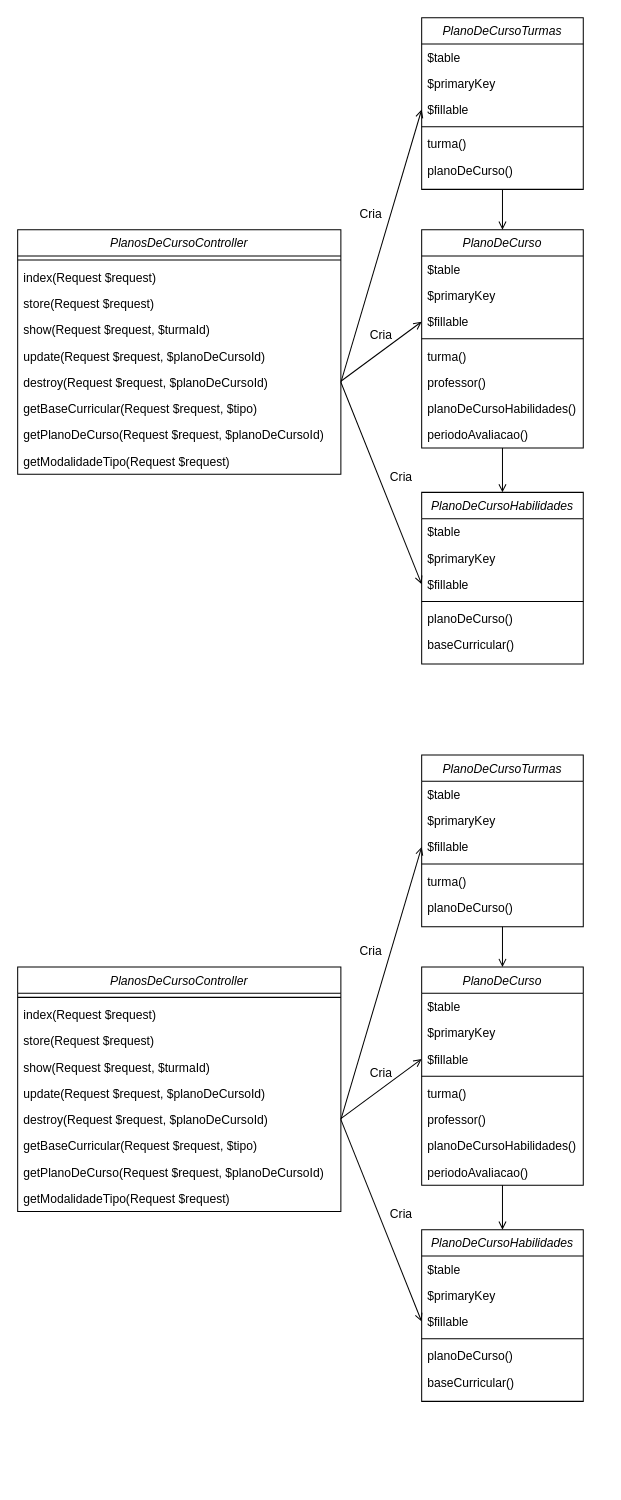
Earlier version of the draw.io diagram diagrama de classes.drawio (DjalmaANeto/modelagem-planos-de-curso-aula). Source tidied: cells renumbered, new cells numbered last; positions are measured from the earlier drawing's top-left corner, leaving out a move shared by most shapes. Both pictures are drawn from the tidied source at 101%, with x=0, y=0 at pixel (17, 17).
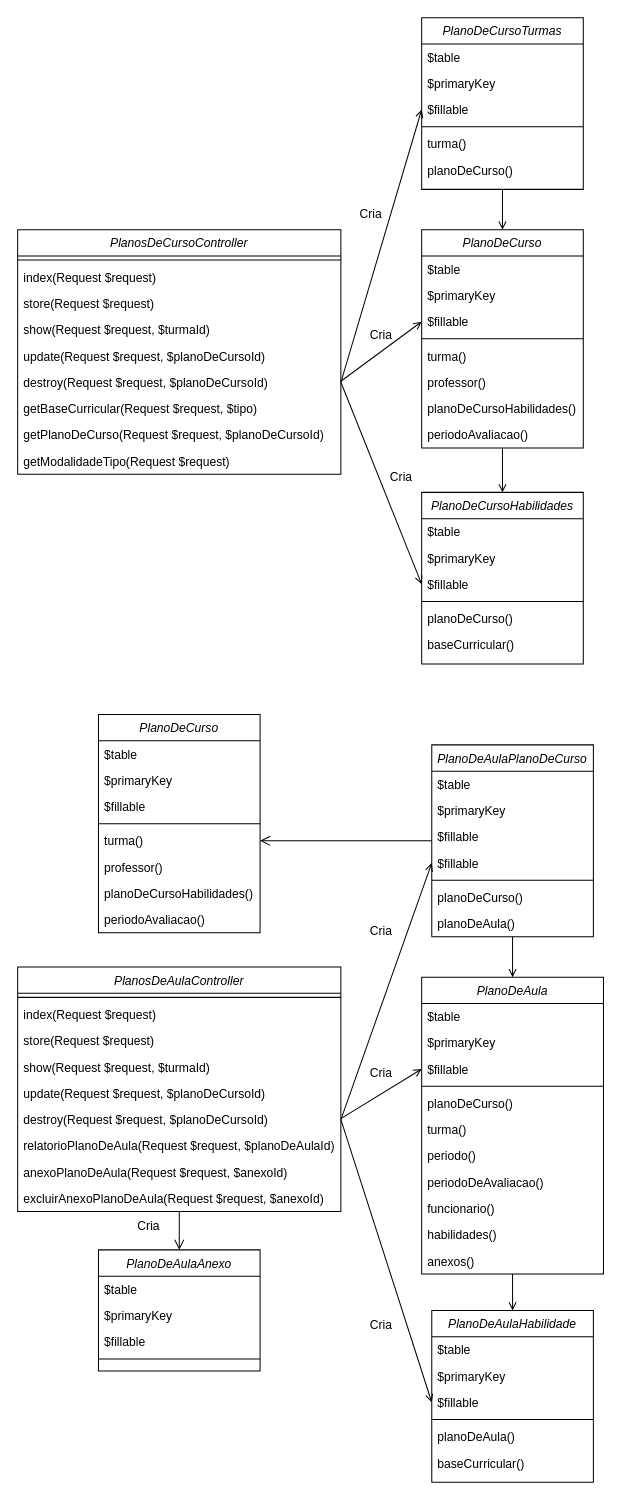
After the change.

Change to the diagram source:
```diff
@@
+    <mxCell id="84" style="edgeStyle=none;curved=1;rounded=0;jettySize=auto;html=1;fontSize=12;startSize=8;endSize=8;endArrow=open;endFill=0;" parent="1" edge="1" source="43" target="99">
+      <mxGeometry relative="1" as="geometry" />
+    </mxCell>
-    <mxCell id="43" value="PlanosDeCursoController" style="swimlane;fontStyle=2;align=center;verticalAlign=top;horizontal=1;startSize=26;rounded=0;shadow=0;strokeWidth=1;" parent="1" vertex="1">
+    <mxCell id="43" value="PlanosDeAulaController" style="swimlane;fontStyle=2;align=center;verticalAlign=top;horizontal=1;startSize=26;rounded=0;shadow=0;strokeWidth=1;" parent="1" vertex="1">
       <mxGeometry y="940" width="320" height="242" as="geometry" />
     </mxCell>
@@
-    <mxCell id="50" value="getBaseCurricular(Request $request, $tipo)" style="text;align=left;verticalAlign=top;spacingLeft=4;spacingRight=4;overflow=hidden;" parent="43" vertex="1">
+    <mxCell id="50" value="relatorioPlanoDeAula(Request $request, $planoDeAulaId)" style="text;align=left;verticalAlign=top;spacingLeft=4;spacingRight=4;overflow=hidden;" parent="43" vertex="1">
       <mxGeometry y="164" width="320" height="26" as="geometry" />
     </mxCell>
-    <mxCell id="51" value="getPlanoDeCurso(Request $request, $planoDeCursoId)" style="text;align=left;verticalAlign=top;spacingLeft=4;spacingRight=4;overflow=hidden;" parent="43" vertex="1">
+    <mxCell id="51" value="anexoPlanoDeAula(Request $request, $anexoId)" style="text;align=left;verticalAlign=top;spacingLeft=4;spacingRight=4;overflow=hidden;" parent="43" vertex="1">
       <mxGeometry y="190" width="320" height="26" as="geometry" />
     </mxCell>
-    <mxCell id="52" value="getModalidadeTipo(Request $request)" style="text;align=left;verticalAlign=top;spacingLeft=4;spacingRight=4;overflow=hidden;" parent="43" vertex="1">
+    <mxCell id="52" value="excluirAnexoPlanoDeAula(Request $request, $anexoId)" style="text;align=left;verticalAlign=top;spacingLeft=4;spacingRight=4;overflow=hidden;" parent="43" vertex="1">
       <mxGeometry y="216" width="320" height="26" as="geometry" />
     </mxCell>
@@
-    <mxCell id="54" value="PlanoDeCurso" style="swimlane;fontStyle=2;align=center;verticalAlign=top;horizontal=1;startSize=26;rounded=0;shadow=0;strokeWidth=1;" parent="1" vertex="1">
-      <mxGeometry x="400" y="940" width="160" height="216" as="geometry" />
+    <mxCell id="54" value="PlanoDeAula" style="swimlane;fontStyle=2;align=center;verticalAlign=top;horizontal=1;startSize=26;rounded=0;shadow=0;strokeWidth=1;" parent="1" vertex="1">
+      <mxGeometry x="400" y="950" width="180" height="294" as="geometry" />
     </mxCell>
     <mxCell id="55" value="$table" style="text;align=left;verticalAlign=top;spacingLeft=4;spacingRight=4;overflow=hidden;" parent="54" vertex="1">
-      <mxGeometry y="26" width="160" height="26" as="geometry" />
+      <mxGeometry y="26" width="180" height="26" as="geometry" />
     </mxCell>
     <mxCell id="56" value="$primaryKey" style="text;align=left;verticalAlign=top;spacingLeft=4;spacingRight=4;overflow=hidden;rounded=0;shadow=0;html=0;" parent="54" vertex="1">
-      <mxGeometry y="52" width="160" height="26" as="geometry" />
+      <mxGeometry y="52" width="180" height="26" as="geometry" />
     </mxCell>
     <mxCell id="57" value="$fillable" style="text;align=left;verticalAlign=top;spacingLeft=4;spacingRight=4;overflow=hidden;points=[[0,0.5],[1,0.5]];portConstraint=eastwest;rounded=0;shadow=0;html=0;" parent="54" vertex="1">
-      <mxGeometry y="78" width="160" height="26" as="geometry" />
+      <mxGeometry y="78" width="180" height="26" as="geometry" />
     </mxCell>
     <mxCell id="58" style="line;html=1;strokeWidth=1;align=left;verticalAlign=middle;spacingTop=-1;spacingLeft=3;spacingRight=3;labelPosition=right;" parent="54" vertex="1">
-      <mxGeometry y="104" width="160" height="8" as="geometry" />
+      <mxGeometry y="104" width="180" height="8" as="geometry" />
     </mxCell>
-    <mxCell id="59" value="turma()" style="text;align=left;verticalAlign=top;spacingLeft=4;spacingRight=4;overflow=hidden;fontColor=default;" parent="54" vertex="1">
-      <mxGeometry y="112" width="160" height="26" as="geometry" />
+    <mxCell id="59" value="planoDeCurso()" style="text;align=left;verticalAlign=top;spacingLeft=4;spacingRight=4;overflow=hidden;fontColor=default;" parent="54" vertex="1">
+      <mxGeometry y="112" width="180" height="26" as="geometry" />
     </mxCell>
+    <mxCell id="85" value="turma()" style="text;align=left;verticalAlign=top;spacingLeft=4;spacingRight=4;overflow=hidden;fontColor=default;" parent="54" vertex="1">
+      <mxGeometry y="138" width="180" height="26" as="geometry" />
+    </mxCell>
-    <mxCell id="60" value="professor()" style="text;align=left;verticalAlign=top;spacingLeft=4;spacingRight=4;overflow=hidden;" parent="54" vertex="1">
-      <mxGeometry y="138" width="160" height="26" as="geometry" />
+    <mxCell id="60" value="periodo()" style="text;align=left;verticalAlign=top;spacingLeft=4;spacingRight=4;overflow=hidden;" parent="54" vertex="1">
+      <mxGeometry y="164" width="180" height="26" as="geometry" />
     </mxCell>
-    <mxCell id="61" value="planoDeCursoHabilidades()" style="text;align=left;verticalAlign=top;spacingLeft=4;spacingRight=4;overflow=hidden;" parent="54" vertex="1">
-      <mxGeometry y="164" width="160" height="26" as="geometry" />
+    <mxCell id="61" value="periodoDeAvaliacao()" style="text;align=left;verticalAlign=top;spacingLeft=4;spacingRight=4;overflow=hidden;" parent="54" vertex="1">
+      <mxGeometry y="190" width="180" height="26" as="geometry" />
     </mxCell>
-    <mxCell id="62" value="periodoAvaliacao()" style="text;align=left;verticalAlign=top;spacingLeft=4;spacingRight=4;overflow=hidden;" parent="54" vertex="1">
-      <mxGeometry y="190" width="160" height="26" as="geometry" />
+    <mxCell id="62" value="funcionario()" style="text;align=left;verticalAlign=top;spacingLeft=4;spacingRight=4;overflow=hidden;" parent="54" vertex="1">
+      <mxGeometry y="216" width="180" height="26" as="geometry" />
     </mxCell>
+    <mxCell id="86" value="habilidades()" style="text;align=left;verticalAlign=top;spacingLeft=4;spacingRight=4;overflow=hidden;" parent="54" vertex="1">
+      <mxGeometry y="242" width="180" height="26" as="geometry" />
+    </mxCell>
+    <mxCell id="87" value="anexos()" style="text;align=left;verticalAlign=top;spacingLeft=4;spacingRight=4;overflow=hidden;" parent="54" vertex="1">
+      <mxGeometry y="268" width="180" height="26" as="geometry" />
+    </mxCell>
-    <mxCell id="63" style="rounded=0;jettySize=auto;html=1;entryX=0.5;entryY=0;entryDx=0;entryDy=0;endArrow=open;endFill=0;" parent="1" edge="1" source="64" target="54">
+    <mxCell id="63" style="rounded=0;jettySize=auto;html=1;entryX=0.5;entryY=0;entryDx=0;entryDy=0;endArrow=open;endFill=0;exitX=0.5;exitY=1;exitDx=0;exitDy=0;" parent="1" edge="1" source="64" target="54">
       <mxGeometry relative="1" as="geometry" />
     </mxCell>
+    <mxCell id="88" style="edgeStyle=none;curved=1;rounded=0;jettySize=auto;html=1;entryX=1;entryY=0.5;entryDx=0;entryDy=0;fontSize=12;startSize=8;endSize=8;endArrow=open;endFill=0;" parent="1" edge="1" source="64" target="95">
+      <mxGeometry relative="1" as="geometry" />
+    </mxCell>
-    <mxCell id="64" value="PlanoDeCursoTurmas" style="swimlane;fontStyle=2;align=center;verticalAlign=top;horizontal=1;startSize=26;rounded=0;shadow=0;strokeWidth=1;" parent="1" vertex="1">
-      <mxGeometry x="400" y="730" width="160" height="170" as="geometry" />
+    <mxCell id="64" value="PlanoDeAulaPlanoDeCurso" style="swimlane;fontStyle=2;align=center;verticalAlign=top;horizontal=1;startSize=26;rounded=0;shadow=0;strokeWidth=1;" parent="1" vertex="1">
+      <mxGeometry x="410" y="720" width="160" height="190" as="geometry" />
     </mxCell>
@@
+    <mxCell id="89" value="$fillable" style="text;align=left;verticalAlign=top;spacingLeft=4;spacingRight=4;overflow=hidden;rounded=0;shadow=0;html=0;" parent="64" vertex="1">
+      <mxGeometry y="78" width="160" height="26" as="geometry" />
+    </mxCell>
     <mxCell id="67" value="$fillable" style="text;align=left;verticalAlign=top;spacingLeft=4;spacingRight=4;overflow=hidden;points=[[0,0.5],[1,0.5]];portConstraint=eastwest;rounded=0;shadow=0;html=0;" parent="64" vertex="1">
-      <mxGeometry y="78" width="160" height="26" as="geometry" />
+      <mxGeometry y="104" width="160" height="26" as="geometry" />
     </mxCell>
     <mxCell id="68" style="line;html=1;strokeWidth=1;align=left;verticalAlign=middle;spacingTop=-1;spacingLeft=3;spacingRight=3;labelPosition=right;" parent="64" vertex="1">
-      <mxGeometry y="104" width="160" height="8" as="geometry" />
+      <mxGeometry y="130" width="160" height="8" as="geometry" />
     </mxCell>
-    <mxCell id="69" value="turma()" style="text;align=left;verticalAlign=top;spacingLeft=4;spacingRight=4;overflow=hidden;fontColor=default;" parent="64" vertex="1">
-      <mxGeometry y="112" width="160" height="26" as="geometry" />
+    <mxCell id="69" value="planoDeCurso()" style="text;align=left;verticalAlign=top;spacingLeft=4;spacingRight=4;overflow=hidden;fontColor=default;" parent="64" vertex="1">
+      <mxGeometry y="138" width="160" height="26" as="geometry" />
     </mxCell>
-    <mxCell id="70" value="planoDeCurso()" style="text;align=left;verticalAlign=top;spacingLeft=4;spacingRight=4;overflow=hidden;" parent="64" vertex="1">
-      <mxGeometry y="138" width="160" height="26" as="geometry" />
+    <mxCell id="70" value="planoDeAula()" style="text;align=left;verticalAlign=top;spacingLeft=4;spacingRight=4;overflow=hidden;" parent="64" vertex="1">
+      <mxGeometry y="164" width="160" height="26" as="geometry" />
     </mxCell>
-    <mxCell id="71" value="PlanoDeCursoHabilidades" style="swimlane;fontStyle=2;align=center;verticalAlign=top;horizontal=1;startSize=26;rounded=0;shadow=0;strokeWidth=1;" parent="1" vertex="1">
-      <mxGeometry x="400" y="1200" width="160" height="170" as="geometry" />
+    <mxCell id="71" value="PlanoDeAulaHabilidade" style="swimlane;fontStyle=2;align=center;verticalAlign=top;horizontal=1;startSize=26;rounded=0;shadow=0;strokeWidth=1;" parent="1" vertex="1">
+      <mxGeometry x="410" y="1280" width="160" height="170" as="geometry" />
     </mxCell>
@@
-    <mxCell id="76" value="planoDeCurso()" style="text;align=left;verticalAlign=top;spacingLeft=4;spacingRight=4;overflow=hidden;fontColor=default;" parent="71" vertex="1">
+    <mxCell id="76" value="planoDeAula()" style="text;align=left;verticalAlign=top;spacingLeft=4;spacingRight=4;overflow=hidden;fontColor=default;" parent="71" vertex="1">
       <mxGeometry y="112" width="160" height="26" as="geometry" />
     </mxCell>
@@
     <mxCell id="81" value="Cria" style="text;html=1;strokeColor=none;fillColor=none;align=center;verticalAlign=middle;whiteSpace=wrap;rounded=0;" parent="1" vertex="1">
-      <mxGeometry x="320" y="910" width="60" height="30" as="geometry" />
+      <mxGeometry x="330" y="890" width="60" height="30" as="geometry" />
     </mxCell>
     <mxCell id="82" value="Cria" style="text;html=1;strokeColor=none;fillColor=none;align=center;verticalAlign=middle;whiteSpace=wrap;rounded=0;" parent="1" vertex="1">
-      <mxGeometry x="350" y="1170" width="60" height="30" as="geometry" />
+      <mxGeometry x="330" y="1280" width="60" height="30" as="geometry" />
     </mxCell>
@@
+    <mxCell id="90" value="PlanoDeCurso" style="swimlane;fontStyle=2;align=center;verticalAlign=top;horizontal=1;startSize=26;rounded=0;shadow=0;strokeWidth=1;" parent="1" vertex="1">
+      <mxGeometry x="80" y="690" width="160" height="216" as="geometry" />
+    </mxCell>
+    <mxCell id="91" value="$table" style="text;align=left;verticalAlign=top;spacingLeft=4;spacingRight=4;overflow=hidden;" parent="90" vertex="1">
+      <mxGeometry y="26" width="160" height="26" as="geometry" />
+    </mxCell>
+    <mxCell id="92" value="$primaryKey" style="text;align=left;verticalAlign=top;spacingLeft=4;spacingRight=4;overflow=hidden;rounded=0;shadow=0;html=0;" parent="90" vertex="1">
+      <mxGeometry y="52" width="160" height="26" as="geometry" />
+    </mxCell>
+    <mxCell id="93" value="$fillable" style="text;align=left;verticalAlign=top;spacingLeft=4;spacingRight=4;overflow=hidden;rounded=0;shadow=0;html=0;" parent="90" vertex="1">
+      <mxGeometry y="78" width="160" height="26" as="geometry" />
+    </mxCell>
+    <mxCell id="94" style="line;html=1;strokeWidth=1;align=left;verticalAlign=middle;spacingTop=-1;spacingLeft=3;spacingRight=3;labelPosition=right;" parent="90" vertex="1">
+      <mxGeometry y="104" width="160" height="8" as="geometry" />
+    </mxCell>
+    <mxCell id="95" value="turma()" style="text;align=left;verticalAlign=top;spacingLeft=4;spacingRight=4;overflow=hidden;points=[[0,0.5],[1,0.5]];portConstraint=eastwest;fontColor=default;" parent="90" vertex="1">
+      <mxGeometry y="112" width="160" height="26" as="geometry" />
+    </mxCell>
+    <mxCell id="96" value="professor()" style="text;align=left;verticalAlign=top;spacingLeft=4;spacingRight=4;overflow=hidden;" parent="90" vertex="1">
+      <mxGeometry y="138" width="160" height="26" as="geometry" />
+    </mxCell>
+    <mxCell id="97" value="planoDeCursoHabilidades()" style="text;align=left;verticalAlign=top;spacingLeft=4;spacingRight=4;overflow=hidden;" parent="90" vertex="1">
+      <mxGeometry y="164" width="160" height="26" as="geometry" />
+    </mxCell>
+    <mxCell id="98" value="periodoAvaliacao()" style="text;align=left;verticalAlign=top;spacingLeft=4;spacingRight=4;overflow=hidden;" parent="90" vertex="1">
+      <mxGeometry y="190" width="160" height="26" as="geometry" />
+    </mxCell>
+    <mxCell id="99" value="PlanoDeAulaAnexo" style="swimlane;fontStyle=2;align=center;verticalAlign=top;horizontal=1;startSize=26;rounded=0;shadow=0;strokeWidth=1;" parent="1" vertex="1">
+      <mxGeometry x="80" y="1220" width="160" height="120" as="geometry" />
+    </mxCell>
+    <mxCell id="100" value="$table" style="text;align=left;verticalAlign=top;spacingLeft=4;spacingRight=4;overflow=hidden;" parent="99" vertex="1">
+      <mxGeometry y="26" width="160" height="26" as="geometry" />
+    </mxCell>
+    <mxCell id="101" value="$primaryKey" style="text;align=left;verticalAlign=top;spacingLeft=4;spacingRight=4;overflow=hidden;rounded=0;shadow=0;html=0;" parent="99" vertex="1">
+      <mxGeometry y="52" width="160" height="26" as="geometry" />
+    </mxCell>
+    <mxCell id="102" value="$fillable" style="text;align=left;verticalAlign=top;spacingLeft=4;spacingRight=4;overflow=hidden;rounded=0;shadow=0;html=0;" parent="99" vertex="1">
+      <mxGeometry y="78" width="160" height="26" as="geometry" />
+    </mxCell>
+    <mxCell id="103" style="line;html=1;strokeWidth=1;align=left;verticalAlign=middle;spacingTop=-1;spacingLeft=3;spacingRight=3;labelPosition=right;" parent="99" vertex="1">
+      <mxGeometry y="104" width="160" height="8" as="geometry" />
+    </mxCell>
+    <mxCell id="104" value="Cria" style="text;html=1;strokeColor=none;fillColor=none;align=center;verticalAlign=middle;whiteSpace=wrap;rounded=0;" parent="1" vertex="1">
+      <mxGeometry x="100" y="1182" width="60" height="30" as="geometry" />
+    </mxCell>
```
